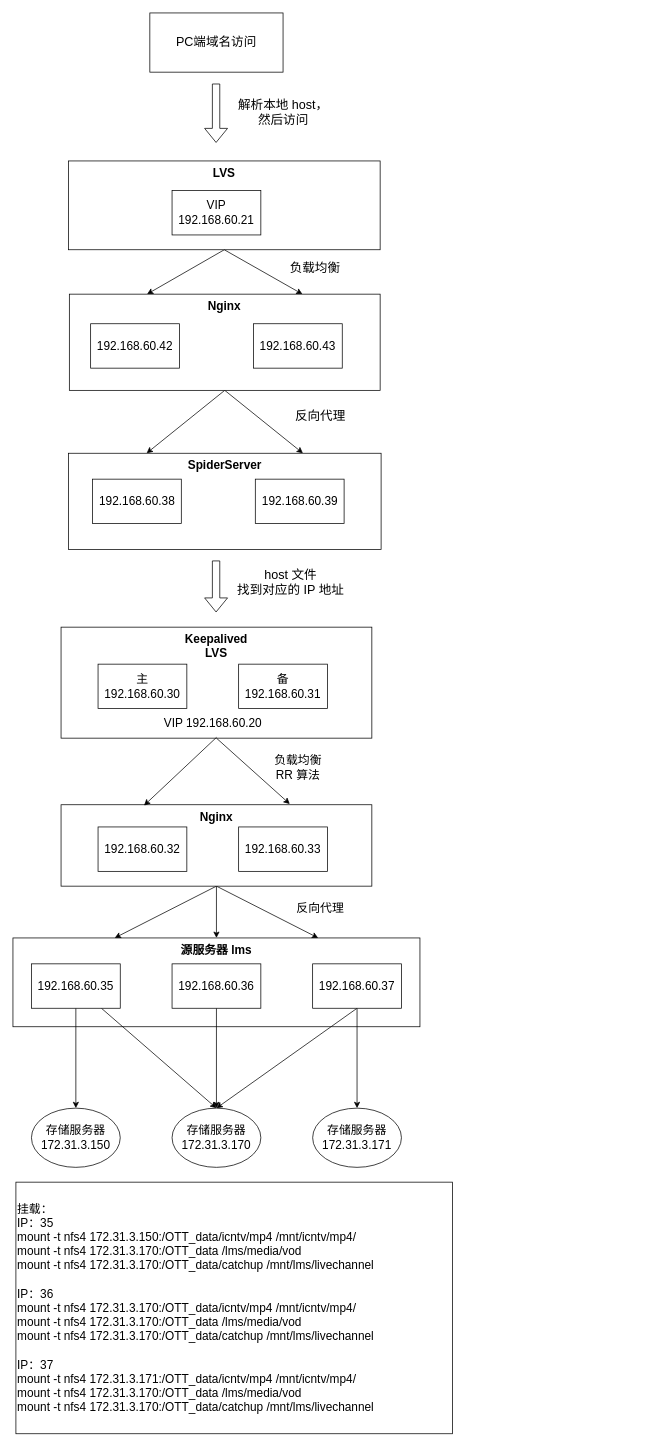
The draw.io diagram 杂/云数OTT.drawio in xiaolincoder/ImageHost4, before the edit. Source tidied: cells renumbered, new cells numbered last; positions are measured from the earlier drawing's top-left corner, leaving out a move shared by most shapes. Both pictures are drawn from the tidied source at 74%, with x=0, y=0 at pixel (13, 13).
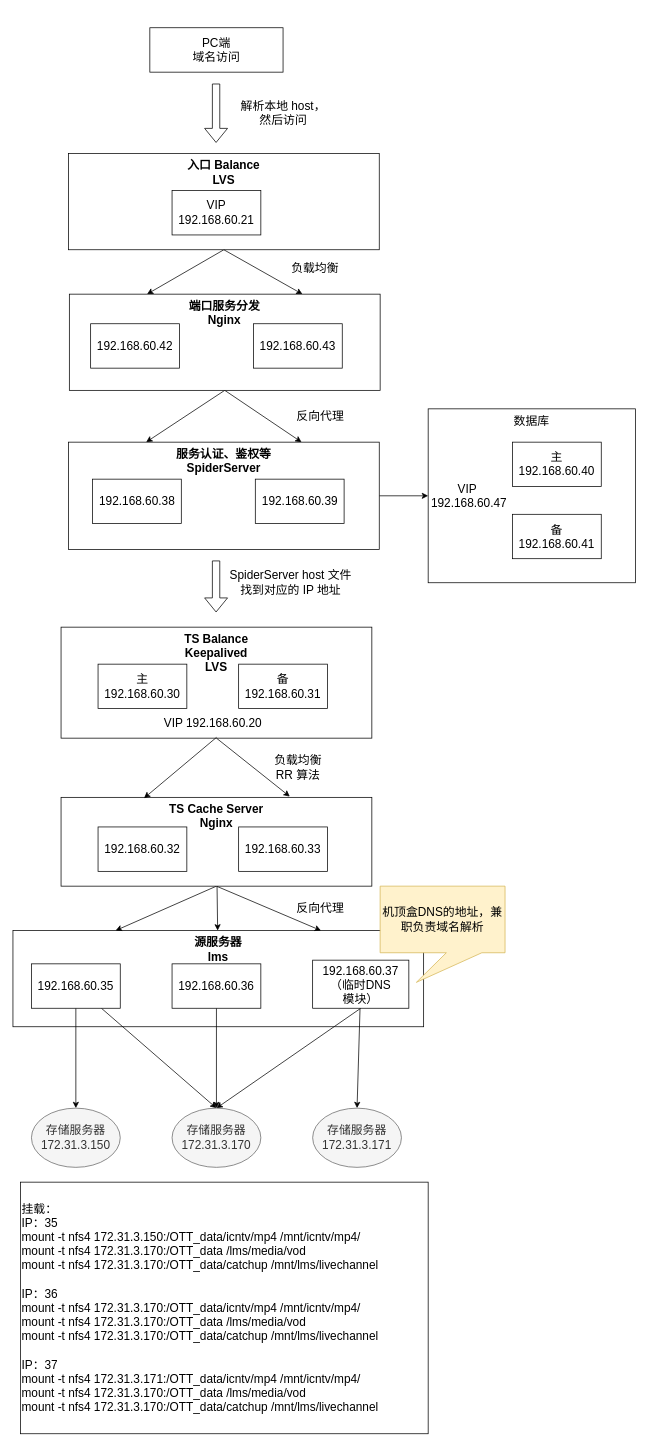
The same page after the edit.

Unchanged cells that the change refers to:
```xml
<mxCell id="17" value="192.168.60.35" style="rounded=0;whiteSpace=wrap;html=1;fontSize=16;" parent="1" vertex="1">
  <mxGeometry x="25" y="1285" width="120" height="60" as="geometry" />
</mxCell>
<mxCell id="19" value="192.168.60.36" style="rounded=0;whiteSpace=wrap;html=1;fontSize=16;" parent="1" vertex="1">
  <mxGeometry x="215" y="1285" width="120" height="60" as="geometry" />
</mxCell>
```

Change to the diagram source:
```diff
@@
+    <mxCell id="48" value="数据库" style="rounded=0;whiteSpace=wrap;html=1;fontSize=16;align=center;verticalAlign=top;" parent="1" vertex="1">
+      <mxGeometry x="561.1" y="535" width="280" height="235" as="geometry" />
+    </mxCell>
-    <mxCell id="2" value="&lt;b&gt;源服务器 lms&lt;/b&gt;" style="rounded=0;whiteSpace=wrap;html=1;fontSize=16;verticalAlign=top;" parent="1" vertex="1">
-      <mxGeometry y="1250" width="550" height="120" as="geometry" />
+    <mxCell id="2" value="&lt;b style=&quot;font-size: 16px;&quot;&gt;源服务器 &lt;br style=&quot;font-size: 16px;&quot;&gt;lms&lt;/b&gt;" style="rounded=0;whiteSpace=wrap;html=1;fontSize=16;verticalAlign=top;" parent="1" vertex="1">
+      <mxGeometry y="1240" width="555" height="130" as="geometry" />
     </mxCell>
@@
-    <mxCell id="6" value="Nginx" style="rounded=0;whiteSpace=wrap;html=1;fontSize=16;verticalAlign=top;fontStyle=1;" parent="1" vertex="1">
-      <mxGeometry x="65" y="1070" width="420" height="110" as="geometry" />
+    <mxCell id="6" value="TS Cache Server&lt;br style=&quot;font-size: 16px;&quot;&gt;Nginx" style="rounded=0;whiteSpace=wrap;html=1;fontSize=16;verticalAlign=top;fontStyle=1;" parent="1" vertex="1">
+      <mxGeometry x="65" y="1060" width="420" height="120" as="geometry" />
     </mxCell>
-    <mxCell id="7" value="&lt;b&gt;Keepalived&lt;br&gt;LVS&lt;/b&gt;" style="rounded=0;whiteSpace=wrap;html=1;fontSize=16;verticalAlign=top;" parent="1" vertex="1">
+    <mxCell id="7" value="&lt;b style=&quot;font-size: 16px;&quot;&gt;TS Balance&lt;br style=&quot;font-size: 16px;&quot;&gt;Keepalived&lt;br style=&quot;font-size: 16px;&quot;&gt;LVS&lt;/b&gt;" style="rounded=0;whiteSpace=wrap;html=1;fontSize=16;verticalAlign=top;" parent="1" vertex="1">
       <mxGeometry x="65" y="830" width="420" height="150" as="geometry" />
     </mxCell>
@@
-    <mxCell id="15" style="edgeStyle=none;rounded=0;jettySize=auto;html=1;entryX=0.5;entryY=0;entryDx=0;entryDy=0;fontSize=4;" parent="1" edge="1" source="17" target="25">
+    <mxCell id="15" style="edgeStyle=none;rounded=0;jettySize=auto;html=1;entryX=0.5;entryY=0;entryDx=0;entryDy=0;fontSize=16;" parent="1" edge="1" source="17" target="25">
       <mxGeometry x="0.11" relative="1" as="geometry" />
     </mxCell>
-    <mxCell id="16" style="edgeStyle=none;rounded=0;jettySize=auto;html=1;entryX=0.5;entryY=0;entryDx=0;entryDy=0;fontSize=4;" parent="1" edge="1" source="17" target="26">
+    <mxCell id="16" style="edgeStyle=none;rounded=0;jettySize=auto;html=1;entryX=0.5;entryY=0;entryDx=0;entryDy=0;fontSize=16;" parent="1" edge="1" source="17" target="26">
       <mxGeometry relative="1" as="geometry" />
     </mxCell>
@@
-    <mxCell id="18" style="edgeStyle=none;rounded=0;jettySize=auto;html=1;fontSize=4;" parent="1" edge="1" source="19" target="26">
+    <mxCell id="18" style="edgeStyle=none;rounded=0;jettySize=auto;html=1;fontSize=16;" parent="1" edge="1" source="19" target="26">
       <mxGeometry relative="1" as="geometry" />
     </mxCell>
@@
-    <mxCell id="20" style="edgeStyle=none;rounded=0;jettySize=auto;html=1;entryX=0.5;entryY=0;entryDx=0;entryDy=0;fontSize=4;exitX=0.5;exitY=1;exitDx=0;exitDy=0;" parent="1" edge="1" source="22" target="26">
+    <mxCell id="20" style="edgeStyle=none;rounded=0;jettySize=auto;html=1;entryX=0.5;entryY=0;entryDx=0;entryDy=0;fontSize=16;exitX=0.5;exitY=1;exitDx=0;exitDy=0;" parent="1" edge="1" source="22" target="26">
       <mxGeometry relative="1" as="geometry" />
     </mxCell>
-    <mxCell id="21" style="edgeStyle=none;rounded=0;jettySize=auto;html=1;entryX=0.5;entryY=0;entryDx=0;entryDy=0;fontSize=4;" parent="1" edge="1" source="22" target="27">
+    <mxCell id="21" style="edgeStyle=none;rounded=0;jettySize=auto;html=1;entryX=0.5;entryY=0;entryDx=0;entryDy=0;fontSize=16;" parent="1" edge="1" source="22" target="27">
       <mxGeometry relative="1" as="geometry" />
     </mxCell>
-    <mxCell id="22" value="192.168.60.37" style="rounded=0;whiteSpace=wrap;html=1;fontSize=16;" parent="1" vertex="1">
-      <mxGeometry x="405" y="1285" width="120" height="60" as="geometry" />
+    <mxCell id="22" value="192.168.60.37&lt;br style=&quot;font-size: 16px;&quot;&gt;（&lt;span style=&quot;font-size: 16px; line-height: 115%;&quot;&gt;临时&lt;/span&gt;&lt;span lang=&quot;EN-US&quot; style=&quot;font-size: 16px; line-height: 115%; font-family: calibri, sans-serif;&quot;&gt;DNS&lt;/span&gt;&lt;span style=&quot;font-size: 16px; line-height: 115%;&quot;&gt;模块）&lt;/span&gt;" style="rounded=0;whiteSpace=wrap;html=1;fontSize=16;" parent="1" vertex="1">
+      <mxGeometry x="405" y="1280" width="130" height="65" as="geometry" />
     </mxCell>
-    <mxCell id="23" value="负载均衡&lt;br&gt;RR 算法" style="text;html=1;align=center;verticalAlign=middle;fontSize=16;" parent="1" vertex="1">
+    <mxCell id="23" value="负载均衡&lt;br style=&quot;font-size: 16px;&quot;&gt;RR 算法" style="text;html=1;align=center;verticalAlign=middle;fontSize=16;" parent="1" vertex="1">
       <mxGeometry x="345" y="1000" width="80" height="40" as="geometry" />
     </mxCell>
@@
-    <mxCell id="25" value="存储服务器&lt;br&gt;172.31.3.150" style="ellipse;whiteSpace=wrap;html=1;fontSize=16;" parent="1" vertex="1">
+    <mxCell id="25" value="存储服务器&lt;br style=&quot;font-size: 16px;&quot;&gt;172.31.3.150" style="ellipse;whiteSpace=wrap;html=1;fontSize=16;fillColor=#f5f5f5;strokeColor=#666666;fontColor=#333333;" parent="1" vertex="1">
       <mxGeometry x="25" y="1480" width="120" height="80" as="geometry" />
     </mxCell>
-    <mxCell id="26" value="存储服务器&lt;br&gt;172.31.3.170" style="ellipse;whiteSpace=wrap;html=1;fontSize=16;" parent="1" vertex="1">
+    <mxCell id="26" value="存储服务器&lt;br style=&quot;font-size: 16px;&quot;&gt;172.31.3.170" style="ellipse;whiteSpace=wrap;html=1;fontSize=16;fillColor=#f5f5f5;strokeColor=#666666;fontColor=#333333;" parent="1" vertex="1">
       <mxGeometry x="215" y="1480" width="120" height="80" as="geometry" />
     </mxCell>
-    <mxCell id="27" value="存储服务器&lt;br&gt;172.31.3.171" style="ellipse;whiteSpace=wrap;html=1;fontSize=16;" parent="1" vertex="1">
+    <mxCell id="27" value="存储服务器&lt;br style=&quot;font-size: 16px;&quot;&gt;172.31.3.171" style="ellipse;whiteSpace=wrap;html=1;fontSize=16;fillColor=#f5f5f5;strokeColor=#666666;fontColor=#333333;" parent="1" vertex="1">
       <mxGeometry x="405" y="1480" width="120" height="80" as="geometry" />
     </mxCell>
-    <mxCell id="28" value="&lt;div style=&quot;font-size: 16px&quot;&gt;&lt;font style=&quot;font-size: 16px&quot;&gt;挂载：&lt;/font&gt;&lt;/div&gt;&lt;div style=&quot;font-size: 16px&quot;&gt;&lt;font style=&quot;font-size: 16px&quot;&gt;IP：35&lt;/font&gt;&lt;/div&gt;&lt;div style=&quot;font-size: 16px&quot;&gt;&lt;font style=&quot;font-size: 16px&quot;&gt;mount -t nfs4 172.31.3.150:/OTT_data/icntv/mp4 /mnt/icntv/mp4/&lt;/font&gt;&lt;/div&gt;&lt;div style=&quot;font-size: 16px&quot;&gt;&lt;div&gt;&lt;font style=&quot;font-size: 16px&quot;&gt;mount -t nfs4 172.31.3.170:/OTT_data /lms/media/vod&lt;/font&gt;&lt;/div&gt;&lt;div&gt;&lt;font style=&quot;font-size: 16px&quot;&gt;mount -t nfs4 172.31.3.170:/OTT_data/catchup /mnt/lms/livechannel&lt;/font&gt;&lt;/div&gt;&lt;/div&gt;&lt;div style=&quot;font-size: 16px&quot;&gt;&lt;font style=&quot;font-size: 16px&quot;&gt;&lt;br&gt;&lt;/font&gt;&lt;/div&gt;&lt;div style=&quot;font-size: 16px&quot;&gt;&lt;font style=&quot;font-size: 16px&quot;&gt;IP：36&lt;/font&gt;&lt;/div&gt;&lt;div style=&quot;font-size: 16px&quot;&gt;&lt;font style=&quot;font-size: 16px&quot;&gt;mount -t nfs4 172.31.3.170:/OTT_data/icntv/mp4 /mnt/icntv/mp4/&lt;/font&gt;&lt;/div&gt;&lt;div style=&quot;font-size: 16px&quot;&gt;&lt;div&gt;&lt;font style=&quot;font-size: 16px&quot;&gt;mount -t nfs4 172.31.3.170:/OTT_data /lms/media/vod&lt;/font&gt;&lt;/div&gt;&lt;div&gt;&lt;font style=&quot;font-size: 16px&quot;&gt;mount -t nfs4 172.31.3.170:/OTT_data/catchup /mnt/lms/livechannel&lt;/font&gt;&lt;/div&gt;&lt;/div&gt;&lt;div style=&quot;font-size: 16px&quot;&gt;&lt;font style=&quot;font-size: 16px&quot;&gt;&lt;br&gt;&lt;/font&gt;&lt;/div&gt;&lt;div style=&quot;font-size: 16px&quot;&gt;&lt;font style=&quot;font-size: 16px&quot;&gt;IP：37&lt;/font&gt;&lt;/div&gt;&lt;div style=&quot;font-size: 16px&quot;&gt;&lt;font style=&quot;font-size: 16px&quot;&gt;mount -t nfs4 172.31.3.171:/OTT_data/icntv/mp4 /mnt/icntv/mp4/&lt;/font&gt;&lt;/div&gt;&lt;div style=&quot;font-size: 16px&quot;&gt;&lt;div&gt;&lt;font style=&quot;font-size: 16px&quot;&gt;mount -t nfs4 172.31.3.170:/OTT_data /lms/media/vod&lt;/font&gt;&lt;/div&gt;&lt;div&gt;&lt;font style=&quot;font-size: 16px&quot;&gt;mount -t nfs4 172.31.3.170:/OTT_data/catchup /mnt/lms/livechannel&lt;/font&gt;&lt;/div&gt;&lt;/div&gt;" style="rounded=0;whiteSpace=wrap;html=1;fontSize=12;align=left;" parent="1" vertex="1">
-      <mxGeometry x="4" y="1580" width="590" height="340" as="geometry" />
+    <mxCell id="28" value="&lt;div style=&quot;font-size: 16px&quot;&gt;&lt;font style=&quot;font-size: 16px&quot;&gt;挂载：&lt;/font&gt;&lt;/div&gt;&lt;div style=&quot;font-size: 16px&quot;&gt;&lt;font style=&quot;font-size: 16px&quot;&gt;IP：35&lt;/font&gt;&lt;/div&gt;&lt;div style=&quot;font-size: 16px&quot;&gt;&lt;font style=&quot;font-size: 16px&quot;&gt;mount -t nfs4 172.31.3.150:/OTT_data/icntv/mp4 /mnt/icntv/mp4/&lt;/font&gt;&lt;/div&gt;&lt;div style=&quot;font-size: 16px&quot;&gt;&lt;div style=&quot;font-size: 16px;&quot;&gt;&lt;font style=&quot;font-size: 16px&quot;&gt;mount -t nfs4 172.31.3.170:/OTT_data /lms/media/vod&lt;/font&gt;&lt;/div&gt;&lt;div style=&quot;font-size: 16px;&quot;&gt;&lt;font style=&quot;font-size: 16px&quot;&gt;mount -t nfs4 172.31.3.170:/OTT_data/catchup /mnt/lms/livechannel&lt;/font&gt;&lt;/div&gt;&lt;/div&gt;&lt;div style=&quot;font-size: 16px&quot;&gt;&lt;font style=&quot;font-size: 16px&quot;&gt;&lt;br style=&quot;font-size: 16px;&quot;&gt;&lt;/font&gt;&lt;/div&gt;&lt;div style=&quot;font-size: 16px&quot;&gt;&lt;font style=&quot;font-size: 16px&quot;&gt;IP：36&lt;/font&gt;&lt;/div&gt;&lt;div style=&quot;font-size: 16px&quot;&gt;&lt;font style=&quot;font-size: 16px&quot;&gt;mount -t nfs4 172.31.3.170:/OTT_data/icntv/mp4 /mnt/icntv/mp4/&lt;/font&gt;&lt;/div&gt;&lt;div style=&quot;font-size: 16px&quot;&gt;&lt;div style=&quot;font-size: 16px;&quot;&gt;&lt;font style=&quot;font-size: 16px&quot;&gt;mount -t nfs4 172.31.3.170:/OTT_data /lms/media/vod&lt;/font&gt;&lt;/div&gt;&lt;div style=&quot;font-size: 16px;&quot;&gt;&lt;font style=&quot;font-size: 16px&quot;&gt;mount -t nfs4 172.31.3.170:/OTT_data/catchup /mnt/lms/livechannel&lt;/font&gt;&lt;/div&gt;&lt;/div&gt;&lt;div style=&quot;font-size: 16px&quot;&gt;&lt;font style=&quot;font-size: 16px&quot;&gt;&lt;br style=&quot;font-size: 16px;&quot;&gt;&lt;/font&gt;&lt;/div&gt;&lt;div style=&quot;font-size: 16px&quot;&gt;&lt;font style=&quot;font-size: 16px&quot;&gt;IP：37&lt;/font&gt;&lt;/div&gt;&lt;div style=&quot;font-size: 16px&quot;&gt;&lt;font style=&quot;font-size: 16px&quot;&gt;mount -t nfs4 172.31.3.171:/OTT_data/icntv/mp4 /mnt/icntv/mp4/&lt;/font&gt;&lt;/div&gt;&lt;div style=&quot;font-size: 16px&quot;&gt;&lt;div style=&quot;font-size: 16px;&quot;&gt;&lt;font style=&quot;font-size: 16px&quot;&gt;mount -t nfs4 172.31.3.170:/OTT_data /lms/media/vod&lt;/font&gt;&lt;/div&gt;&lt;div style=&quot;font-size: 16px;&quot;&gt;&lt;font style=&quot;font-size: 16px&quot;&gt;mount -t nfs4 172.31.3.170:/OTT_data/catchup /mnt/lms/livechannel&lt;/font&gt;&lt;/div&gt;&lt;/div&gt;" style="rounded=0;whiteSpace=wrap;html=1;fontSize=16;align=left;" parent="1" vertex="1">
+      <mxGeometry x="10.1" y="1580" width="551" height="340" as="geometry" />
     </mxCell>
-    <mxCell id="29" style="edgeStyle=none;rounded=0;jettySize=auto;html=1;entryX=0.25;entryY=0;entryDx=0;entryDy=0;fontSize=12;exitX=0.5;exitY=1;exitDx=0;exitDy=0;" parent="1" edge="1" source="30" target="35">
+    <mxCell id="29" style="edgeStyle=none;rounded=0;jettySize=auto;html=1;entryX=0.25;entryY=0;entryDx=0;entryDy=0;fontSize=16;exitX=0.5;exitY=1;exitDx=0;exitDy=0;" parent="1" edge="1" source="30" target="35">
       <mxGeometry relative="1" as="geometry" />
     </mxCell>
-    <mxCell id="30" value="&lt;b&gt;LVS&lt;/b&gt;" style="rounded=0;whiteSpace=wrap;html=1;fontSize=16;verticalAlign=top;" parent="1" vertex="1">
-      <mxGeometry x="75" y="200" width="421.2" height="120" as="geometry" />
+    <mxCell id="30" value="&lt;b style=&quot;font-size: 16px;&quot;&gt;入口 Balance&lt;br style=&quot;font-size: 16px;&quot;&gt;LVS&lt;br style=&quot;font-size: 16px;&quot;&gt;&lt;br style=&quot;font-size: 16px;&quot;&gt;&lt;/b&gt;" style="rounded=0;whiteSpace=wrap;html=1;fontSize=16;verticalAlign=top;" parent="1" vertex="1">
+      <mxGeometry x="75" y="190" width="420" height="130" as="geometry" />
     </mxCell>
-    <mxCell id="31" style="edgeStyle=none;rounded=0;jettySize=auto;html=1;entryX=0.75;entryY=0;entryDx=0;entryDy=0;fontSize=12;exitX=0.5;exitY=1;exitDx=0;exitDy=0;" parent="1" edge="1" source="30" target="35">
+    <mxCell id="31" style="edgeStyle=none;rounded=0;jettySize=auto;html=1;entryX=0.75;entryY=0;entryDx=0;entryDy=0;fontSize=16;exitX=0.5;exitY=1;exitDx=0;exitDy=0;" parent="1" edge="1" source="30" target="35">
       <mxGeometry relative="1" as="geometry" />
     </mxCell>
-    <mxCell id="32" value="VIP &lt;br&gt;192.168.60.21" style="rounded=0;whiteSpace=wrap;html=1;fontSize=16;" parent="1" vertex="1">
+    <mxCell id="32" value="VIP &lt;br style=&quot;font-size: 16px;&quot;&gt;192.168.60.21" style="rounded=0;whiteSpace=wrap;html=1;fontSize=16;" parent="1" vertex="1">
       <mxGeometry x="215" y="240" width="120" height="60" as="geometry" />
     </mxCell>
-    <mxCell id="33" style="edgeStyle=none;rounded=0;jettySize=auto;html=1;entryX=0.25;entryY=0;entryDx=0;entryDy=0;fontSize=17;exitX=0.5;exitY=1;exitDx=0;exitDy=0;" parent="1" edge="1" source="35" target="38">
+    <mxCell id="33" style="edgeStyle=none;rounded=0;jettySize=auto;html=1;entryX=0.25;entryY=0;entryDx=0;entryDy=0;fontSize=16;exitX=0.5;exitY=1;exitDx=0;exitDy=0;" parent="1" edge="1" source="35" target="38">
       <mxGeometry relative="1" as="geometry" />
     </mxCell>
-    <mxCell id="34" style="edgeStyle=none;rounded=0;jettySize=auto;html=1;entryX=0.75;entryY=0;entryDx=0;entryDy=0;fontSize=17;exitX=0.5;exitY=1;exitDx=0;exitDy=0;" parent="1" edge="1" source="35" target="38">
+    <mxCell id="34" style="edgeStyle=none;rounded=0;jettySize=auto;html=1;entryX=0.75;entryY=0;entryDx=0;entryDy=0;fontSize=16;exitX=0.5;exitY=1;exitDx=0;exitDy=0;" parent="1" edge="1" source="35" target="38">
       <mxGeometry relative="1" as="geometry" />
     </mxCell>
-    <mxCell id="35" value="&lt;b&gt;Nginx&lt;/b&gt;" style="rounded=0;whiteSpace=wrap;html=1;fontSize=16;verticalAlign=top;" parent="1" vertex="1">
+    <mxCell id="35" value="&lt;b style=&quot;font-size: 16px;&quot;&gt;端口服务分发&lt;br style=&quot;font-size: 16px;&quot;&gt;Nginx&lt;/b&gt;" style="rounded=0;whiteSpace=wrap;html=1;fontSize=16;verticalAlign=top;" parent="1" vertex="1">
       <mxGeometry x="76.2" y="380" width="420" height="130" as="geometry" />
     </mxCell>
@@
+    <mxCell id="49" style="edgeStyle=none;rounded=0;jettySize=auto;html=1;fontSize=16;" parent="1" edge="1" source="38" target="53">
+      <mxGeometry relative="1" as="geometry" />
+    </mxCell>
-    <mxCell id="38" value="&lt;a name=&quot;_GoBack&quot;&gt;&lt;span lang=&quot;EN-US&quot; style=&quot;font-size: 12pt ; line-height: 115% ; font-family: &amp;#34;calibri&amp;#34; , sans-serif&quot;&gt;&lt;b&gt;SpiderServer&lt;/b&gt;&lt;/span&gt;&lt;/a&gt;" style="rounded=0;whiteSpace=wrap;html=1;fontSize=16;verticalAlign=top;" parent="1" vertex="1">
-      <mxGeometry x="75" y="595" width="422.5" height="130" as="geometry" />
+    <mxCell id="38" value="&lt;a name=&quot;_GoBack&quot; style=&quot;font-size: 16px;&quot;&gt;&lt;span lang=&quot;EN-US&quot; style=&quot;font-size: 16px; line-height: 115%; font-family: calibri, sans-serif;&quot;&gt;&lt;b style=&quot;font-size: 16px;&quot;&gt;服务认证、鉴权等&lt;br style=&quot;font-size: 16px;&quot;&gt;SpiderServer&lt;/b&gt;&lt;/span&gt;&lt;/a&gt;" style="rounded=0;whiteSpace=wrap;html=1;fontSize=16;verticalAlign=top;" parent="1" vertex="1">
+      <mxGeometry x="75" y="580" width="420" height="145" as="geometry" />
     </mxCell>
@@
-    <mxCell id="41" style="shape=flexArrow;endArrow=classic;html=1;fontSize=12;" parent="1" edge="1">
+    <mxCell id="41" style="shape=flexArrow;endArrow=classic;html=1;fontSize=16;" parent="1" edge="1">
       <mxGeometry relative="1" as="geometry">
         <mxPoint x="274.5" y="740" as="sourcePoint" />
         <mxPoint x="274.5" y="810" as="targetPoint" />
       </mxGeometry>
     </mxCell>
-    <mxCell id="42" value="host 文件&lt;br style=&quot;font-size: 17px;&quot;&gt;找到对应的 IP 地址" style="text;html=1;align=center;verticalAlign=middle;fontSize=17;" parent="1" vertex="1">
-      <mxGeometry x="295" y="745" width="160" height="50" as="geometry" />
+    <mxCell id="42" value="SpiderServer host 文件&lt;br style=&quot;font-size: 16px&quot;&gt;找到对应的 IP 地址" style="text;html=1;align=center;verticalAlign=middle;fontSize=16;" parent="1" vertex="1">
+      <mxGeometry x="285" y="750" width="180" height="40" as="geometry" />
     </mxCell>
-    <mxCell id="43" value="反向代理" style="text;html=1;align=center;verticalAlign=middle;fontSize=17;" parent="1" vertex="1">
-      <mxGeometry x="375" y="530" width="80" height="30" as="geometry" />
+    <mxCell id="43" value="反向代理" style="text;html=1;align=center;verticalAlign=middle;fontSize=16;" parent="1" vertex="1">
+      <mxGeometry x="375" y="535" width="80" height="20" as="geometry" />
     </mxCell>
-    <mxCell id="44" value="负载均衡" style="text;html=1;align=center;verticalAlign=middle;fontSize=17;" parent="1" vertex="1">
-      <mxGeometry x="367.5" y="330" width="80" height="30" as="geometry" />
+    <mxCell id="44" value="负载均衡" style="text;html=1;align=center;verticalAlign=middle;fontSize=16;" parent="1" vertex="1">
+      <mxGeometry x="367.5" y="335" width="80" height="20" as="geometry" />
     </mxCell>
-    <mxCell id="45" value="PC端域名访问" style="rounded=0;whiteSpace=wrap;html=1;fontSize=17;align=center;" parent="1" vertex="1">
-      <mxGeometry x="185" width="180" height="80" as="geometry" />
+    <mxCell id="45" value="PC端&lt;br&gt;域名访问" style="rounded=0;whiteSpace=wrap;html=1;fontSize=16;align=center;" parent="1" vertex="1">
+      <mxGeometry x="185" y="20" width="180" height="60" as="geometry" />
     </mxCell>
-    <mxCell id="46" style="shape=flexArrow;endArrow=classic;html=1;fontSize=17;" parent="1" edge="1">
+    <mxCell id="46" style="shape=flexArrow;endArrow=classic;html=1;fontSize=16;" parent="1" edge="1">
       <mxGeometry relative="1" as="geometry">
         <mxPoint x="274.5" y="95.5" as="sourcePoint" />
         <mxPoint x="274.5" y="175.5" as="targetPoint" />
       </mxGeometry>
     </mxCell>
-    <mxCell id="47" value="解析本地 host，&lt;br&gt;然后访问" style="text;html=1;align=center;verticalAlign=middle;fontSize=17;" parent="1" vertex="1">
-      <mxGeometry x="295" y="110" width="140" height="50" as="geometry" />
+    <mxCell id="47" value="解析本地 host，&lt;br style=&quot;font-size: 16px;&quot;&gt;然后访问" style="text;html=1;align=center;verticalAlign=middle;fontSize=16;" parent="1" vertex="1">
+      <mxGeometry x="300" y="115" width="130" height="40" as="geometry" />
     </mxCell>
+    <mxCell id="50" value="机顶盒DNS的地址，兼职负责域名解析" style="shape=callout;whiteSpace=wrap;html=1;perimeter=calloutPerimeter;fontSize=16;align=center;position2=0.29;size=40;position=0.53;base=48;fillColor=#fff2cc;strokeColor=#d6b656;" parent="1" vertex="1">
+      <mxGeometry x="496.2" y="1180" width="168.8" height="130" as="geometry" />
+    </mxCell>
+    <mxCell id="51" value="主&lt;br style=&quot;font-size: 16px;&quot;&gt;&lt;span lang=&quot;EN-US&quot; style=&quot;font-size: 16px; line-height: 115%; font-family: calibri, sans-serif;&quot;&gt;192.168.60.40&lt;/span&gt;" style="rounded=0;whiteSpace=wrap;html=1;fontSize=16;align=center;" parent="1" vertex="1">
+      <mxGeometry x="675" y="580" width="120" height="60" as="geometry" />
+    </mxCell>
+    <mxCell id="52" value="备&lt;br style=&quot;font-size: 16px;&quot;&gt;&lt;span lang=&quot;EN-US&quot; style=&quot;font-size: 16px; line-height: 115%; font-family: calibri, sans-serif;&quot;&gt;192.168.60.41&lt;/span&gt;" style="rounded=0;whiteSpace=wrap;html=1;fontSize=16;align=center;" parent="1" vertex="1">
+      <mxGeometry x="675" y="677.5" width="120" height="60" as="geometry" />
+    </mxCell>
+    <mxCell id="53" value="VIP&amp;nbsp;&lt;br&gt;&lt;span lang=&quot;EN-US&quot; style=&quot;font-size: 16px ; line-height: 115% ; font-family: &amp;#34;calibri&amp;#34; , sans-serif&quot;&gt;192.168.60.47&lt;/span&gt;" style="text;html=1;align=center;verticalAlign=middle;points=[];fontSize=16;" parent="1" vertex="1">
+      <mxGeometry x="561.1" y="632.5" width="110" height="40" as="geometry" />
+    </mxCell>
```
